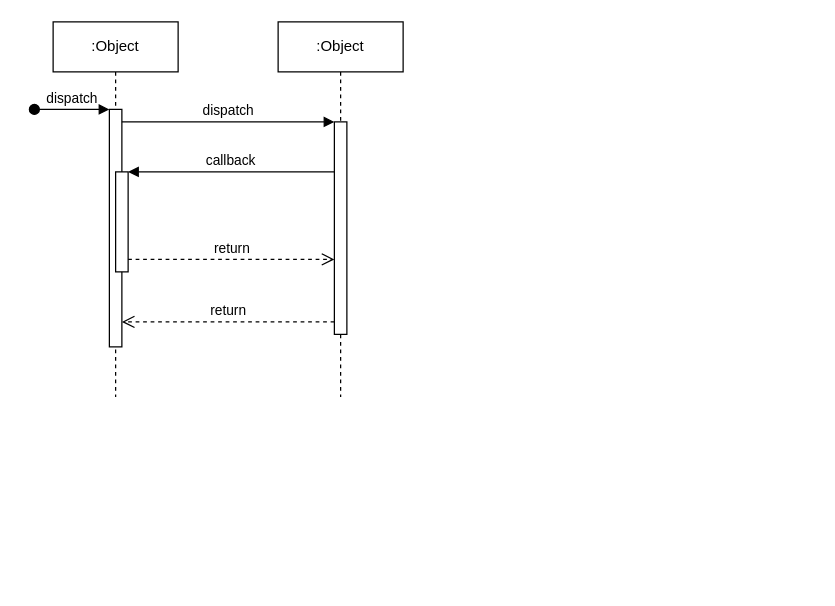
Earlier version of the draw.io diagram JWT认证时序图.drawio (elisaovivo/restful-api-demo). Source tidied: cells renumbered, new cells numbered last; positions are measured from the earlier drawing's top-left corner, leaving out a move shared by most shapes. Both pictures are drawn from the tidied source at 125%, with x=0, y=0 at pixel (34, 21).
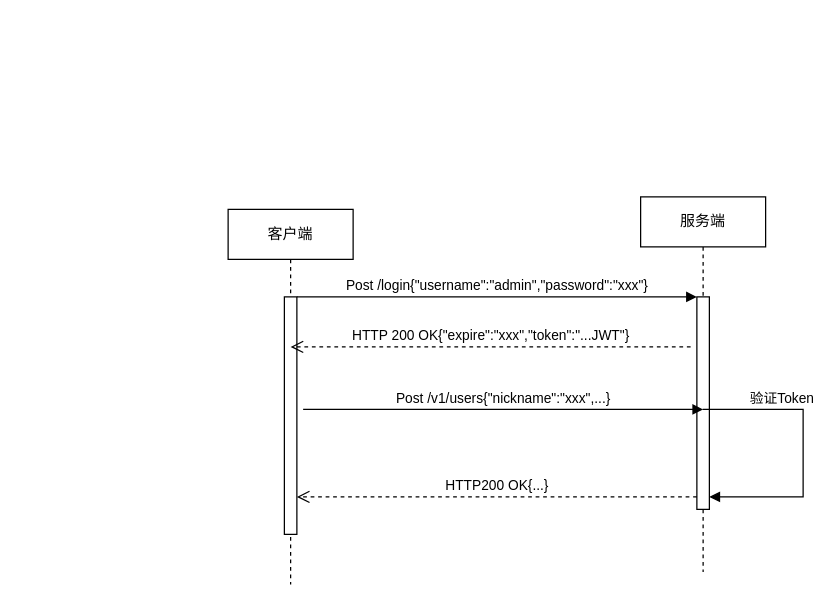
The same diagram, later.

Commit message:
更新JWT认证时序图.drawio

The edit, as a diff of the source:
```diff
@@
 <mxGraphModel>
   <root>
     <mxCell id="0" />
     <mxCell id="1" parent="0" />
-    <mxCell id="2" value=":Object" style="shape=umlLifeline;perimeter=lifelinePerimeter;whiteSpace=wrap;html=1;newEdgeStyle={&quot;edgeStyle&quot;:&quot;elbowEdgeStyle&quot;,&quot;elbow&quot;:&quot;vertical&quot;,&quot;curved&quot;:0,&quot;rounded&quot;:0};" parent="1" vertex="1">
-      <mxGeometry x="15" width="100" height="300" as="geometry" />
+    <mxCell id="2" value="客户端" style="shape=umlLifeline;perimeter=lifelinePerimeter;whiteSpace=wrap;html=1;newEdgeStyle={&quot;edgeStyle&quot;:&quot;elbowEdgeStyle&quot;,&quot;elbow&quot;:&quot;vertical&quot;,&quot;curved&quot;:0,&quot;rounded&quot;:0};" parent="1" vertex="1">
+      <mxGeometry x="155" y="150" width="100" height="300" as="geometry" />
     </mxCell>
     <mxCell id="3" style="html=1;points=[];perimeter=orthogonalPerimeter;outlineConnect=0;targetShapes=umlLifeline;portConstraint=eastwest;newEdgeStyle={&quot;edgeStyle&quot;:&quot;elbowEdgeStyle&quot;,&quot;elbow&quot;:&quot;vertical&quot;,&quot;curved&quot;:0,&quot;rounded&quot;:0};" parent="2" vertex="1">
       <mxGeometry x="45" y="70" width="10" height="190" as="geometry" />
     </mxCell>
-    <mxCell id="4" value="dispatch" style="html=1;verticalAlign=bottom;startArrow=oval;endArrow=block;startSize=8;edgeStyle=elbowEdgeStyle;elbow=vertical;curved=0;rounded=0;" parent="2" edge="1" target="3">
-      <mxGeometry relative="1" as="geometry">
-        <mxPoint x="-15" y="70" as="sourcePoint" />
-      </mxGeometry>
-    </mxCell>
-    <mxCell id="5" style="html=1;points=[];perimeter=orthogonalPerimeter;outlineConnect=0;targetShapes=umlLifeline;portConstraint=eastwest;newEdgeStyle={&quot;edgeStyle&quot;:&quot;elbowEdgeStyle&quot;,&quot;elbow&quot;:&quot;vertical&quot;,&quot;curved&quot;:0,&quot;rounded&quot;:0};" parent="2" vertex="1">
-      <mxGeometry x="50" y="120" width="10" height="80" as="geometry" />
-    </mxCell>
-    <mxCell id="6" value=":Object" style="shape=umlLifeline;perimeter=lifelinePerimeter;whiteSpace=wrap;html=1;newEdgeStyle={&quot;edgeStyle&quot;:&quot;elbowEdgeStyle&quot;,&quot;elbow&quot;:&quot;vertical&quot;,&quot;curved&quot;:0,&quot;rounded&quot;:0};" parent="1" vertex="1">
-      <mxGeometry x="195" width="100" height="300" as="geometry" />
+    <mxCell id="6" value="服务端" style="shape=umlLifeline;perimeter=lifelinePerimeter;whiteSpace=wrap;html=1;newEdgeStyle={&quot;edgeStyle&quot;:&quot;elbowEdgeStyle&quot;,&quot;elbow&quot;:&quot;vertical&quot;,&quot;curved&quot;:0,&quot;rounded&quot;:0};" parent="1" vertex="1">
+      <mxGeometry x="485" y="140" width="100" height="300" as="geometry" />
     </mxCell>
     <mxCell id="7" style="html=1;points=[];perimeter=orthogonalPerimeter;outlineConnect=0;targetShapes=umlLifeline;portConstraint=eastwest;newEdgeStyle={&quot;edgeStyle&quot;:&quot;elbowEdgeStyle&quot;,&quot;elbow&quot;:&quot;vertical&quot;,&quot;curved&quot;:0,&quot;rounded&quot;:0};" parent="6" vertex="1">
       <mxGeometry x="45" y="80" width="10" height="170" as="geometry" />
     </mxCell>
-    <mxCell id="8" value="dispatch" style="html=1;verticalAlign=bottom;endArrow=block;edgeStyle=elbowEdgeStyle;elbow=vertical;curved=0;rounded=0;" parent="1" edge="1" source="3" target="7">
+    <mxCell id="8" value="Post /login{&quot;username&quot;:&quot;admin&quot;,&quot;password&quot;:&quot;xxx&quot;}" style="html=1;verticalAlign=bottom;endArrow=block;edgeStyle=elbowEdgeStyle;elbow=vertical;curved=0;rounded=0;" parent="1" edge="1" source="3" target="7">
       <mxGeometry relative="1" as="geometry">
         <Array as="points">
-          <mxPoint x="155" y="80" />
+          <mxPoint x="400" y="220" />
         </Array>
       </mxGeometry>
     </mxCell>
-    <mxCell id="9" value="return" style="html=1;verticalAlign=bottom;endArrow=open;dashed=1;endSize=8;edgeStyle=elbowEdgeStyle;elbow=vertical;curved=0;rounded=0;" parent="1" edge="1" source="7" target="3">
+    <mxCell id="9" value="HTTP200 OK{...}" style="html=1;verticalAlign=bottom;endArrow=open;dashed=1;endSize=8;edgeStyle=elbowEdgeStyle;elbow=vertical;curved=0;rounded=0;" parent="1" edge="1" source="7" target="3">
       <mxGeometry relative="1" as="geometry">
         <Array as="points">
-          <mxPoint x="165" y="240" />
+          <mxPoint x="410" y="380" />
         </Array>
       </mxGeometry>
     </mxCell>
-    <mxCell id="10" value="callback" style="html=1;verticalAlign=bottom;endArrow=block;edgeStyle=elbowEdgeStyle;elbow=vertical;curved=0;rounded=0;" parent="1" edge="1" source="7" target="5">
-      <mxGeometry relative="1" as="geometry">
-        <Array as="points">
-          <mxPoint x="165" y="120" />
-        </Array>
-      </mxGeometry>
-    </mxCell>
-    <mxCell id="11" value="return" style="html=1;verticalAlign=bottom;endArrow=open;dashed=1;endSize=8;edgeStyle=elbowEdgeStyle;elbow=vertical;curved=0;rounded=0;" parent="1" edge="1" source="5" target="7">
-      <mxGeometry relative="1" as="geometry">
-        <Array as="points">
-          <mxPoint x="155" y="190" />
-        </Array>
-      </mxGeometry>
-    </mxCell>
+    <mxCell id="12" value="HTTP 200 OK{&quot;expire&quot;:&quot;xxx&quot;,&quot;token&quot;:&quot;...JWT&quot;}" style="html=1;verticalAlign=bottom;endArrow=open;dashed=1;endSize=8;edgeStyle=elbowEdgeStyle;elbow=vertical;curved=0;rounded=0;" parent="1" edge="1">
+      <mxGeometry relative="1" as="geometry">
+        <mxPoint x="525" y="260" as="sourcePoint" />
+        <mxPoint x="205" y="260" as="targetPoint" />
+        <Array as="points">
+          <mxPoint x="405" y="260" />
+        </Array>
+      </mxGeometry>
+    </mxCell>
+    <mxCell id="13" value="Post /v1/users{&quot;nickname&quot;:&quot;xxx&quot;,...}" style="html=1;verticalAlign=bottom;endArrow=block;edgeStyle=elbowEdgeStyle;elbow=vertical;curved=0;rounded=0;" parent="1" edge="1">
+      <mxGeometry relative="1" as="geometry">
+        <mxPoint x="215" y="310" as="sourcePoint" />
+        <mxPoint x="535" y="310" as="targetPoint" />
+        <Array as="points">
+          <mxPoint x="405" y="310" />
+        </Array>
+      </mxGeometry>
+    </mxCell>
+    <mxCell id="14" value="验证Token" style="html=1;verticalAlign=bottom;endArrow=block;elbow=vertical;rounded=0;" parent="1" edge="1" target="7">
+      <mxGeometry x="-0.44" relative="1" as="geometry">
+        <mxPoint x="534.6" y="310" as="sourcePoint" />
+        <Array as="points">
+          <mxPoint x="615" y="310" />
+          <mxPoint x="615" y="380" />
+        </Array>
+      </mxGeometry>
+    </mxCell>
   </root>
 </mxGraphModel>
```
